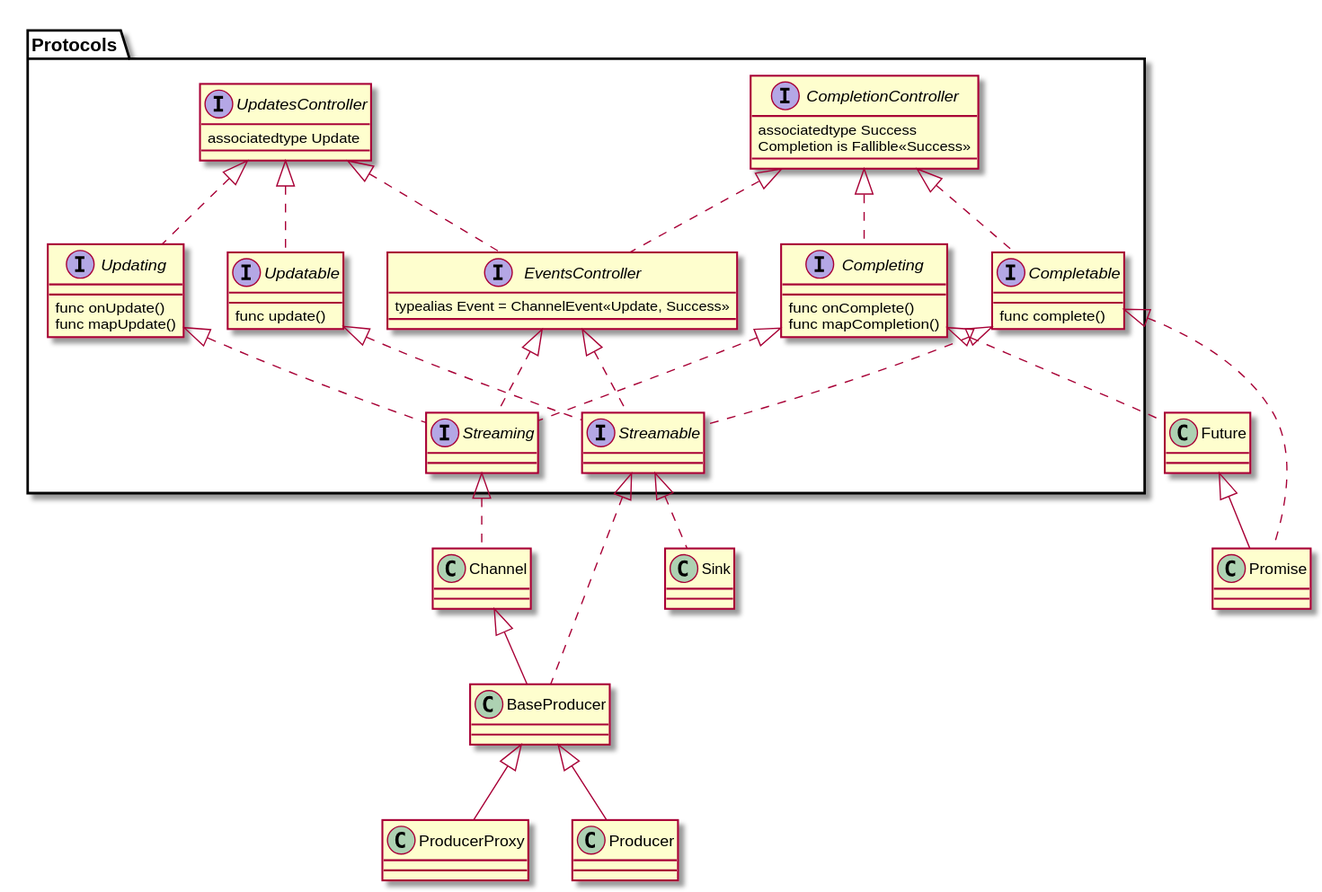
AsyncNinja/AsyncNinja keeps this PlantUML diagram as Documentation/Resources/key_protocols.svg. Above is the earlier version. Its source is kept beside it as Documentation/Resources/key_protocols.puml.
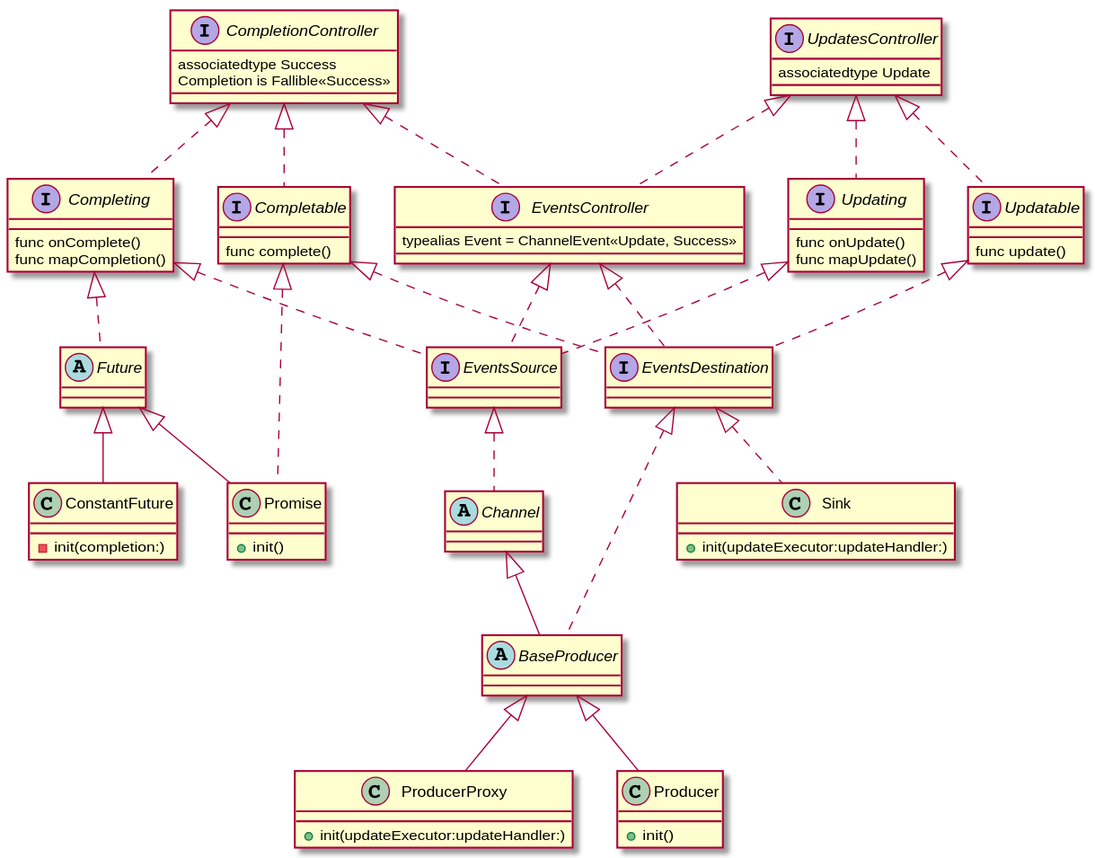
The same diagram one commit later.

Diff of the diagram source:
```diff
@@ -1,51 +1,60 @@
 @startuml
 
-package Protocols {
-    interface CompletionController {
-        associatedtype Success
-        Completion is Fallible<<Success>>
-    }
-
-    interface Completing {
-        func onComplete()
-        func mapCompletion()
-    }
-
-    interface Completable {
-        func complete()
-    }
-
-    interface UpdatesController {
-        associatedtype Update
-    }
-
-    interface Updating {
-        func onUpdate()
-        func mapUpdate()
-    }
-
-    interface Updatable {
-        func update()
-    }
-
-    interface EventsController {
-        typealias Event = ChannelEvent<<Update, Success>>
-    }
-
-    interface Streaming {
-    }
-
-    interface Streamable {
-    }
+interface CompletionController {
+    associatedtype Success
+    Completion is Fallible<<Success>>
 }
 
-class Future
-class Promise
-class Channel
-class BaseProducer
-class ProducerProxy
-class Producer
-class Sink
+interface Completing {
+    func onComplete()
+    func mapCompletion()
+}
+
+interface Completable {
+    func complete()
+}
+
+interface UpdatesController {
+    associatedtype Update
+}
+
+interface Updating {
+    func onUpdate()
+    func mapUpdate()
+}
+
+interface Updatable {
+    func update()
+}
+
+interface EventsController {
+    typealias Event = ChannelEvent<<Update, Success>>
+}
+
+interface EventsSource {
+}
+
+interface EventsDestination {
+}
+
+abstract class Future
+class ConstantFuture {
+    - init(completion:)
+}
+class Promise {
+    + init()
+}
+abstract class Channel
+abstract class BaseProducer
+class ProducerProxy {
+    + init(updateExecutor:updateHandler:)
+}
+class Producer {
+    + init()
+}
+class Sink {
+    + init(updateExecutor:updateHandler:)
+}
 
 CompletionController <|.. Completing
 CompletionController <|.. Completable
@@ -56,28 +65,29 @@
 CompletionController <|.. EventsController
 UpdatesController <|.. EventsController
 
-EventsController <|.. Streaming
-EventsController <|.. Streamable
+EventsController <|.. EventsSource
+EventsController <|.. EventsDestination
 
-Updating <|.. Streaming
-Completing <|.. Streaming
+Updating <|.. EventsSource
+Completing <|.. EventsSource
 
-Updatable <|.. Streamable
-Completable <|.. Streamable
+Updatable <|.. EventsDestination
+Completable <|.. EventsDestination
 
 Completing <|.. Future
 
 Future <|-- Promise
+Future <|-- ConstantFuture
 Completable <|.. Promise
 
-Streaming <|.. Channel
+EventsSource <|.. Channel
 
 Channel <|-- BaseProducer
-Streamable <|.. BaseProducer
+EventsDestination <|.. BaseProducer
 
 BaseProducer <|-- Producer
 BaseProducer <|-- ProducerProxy
 
-Streamable <|.. Sink
+EventsDestination <|.. Sink
 
 @enduml
```
